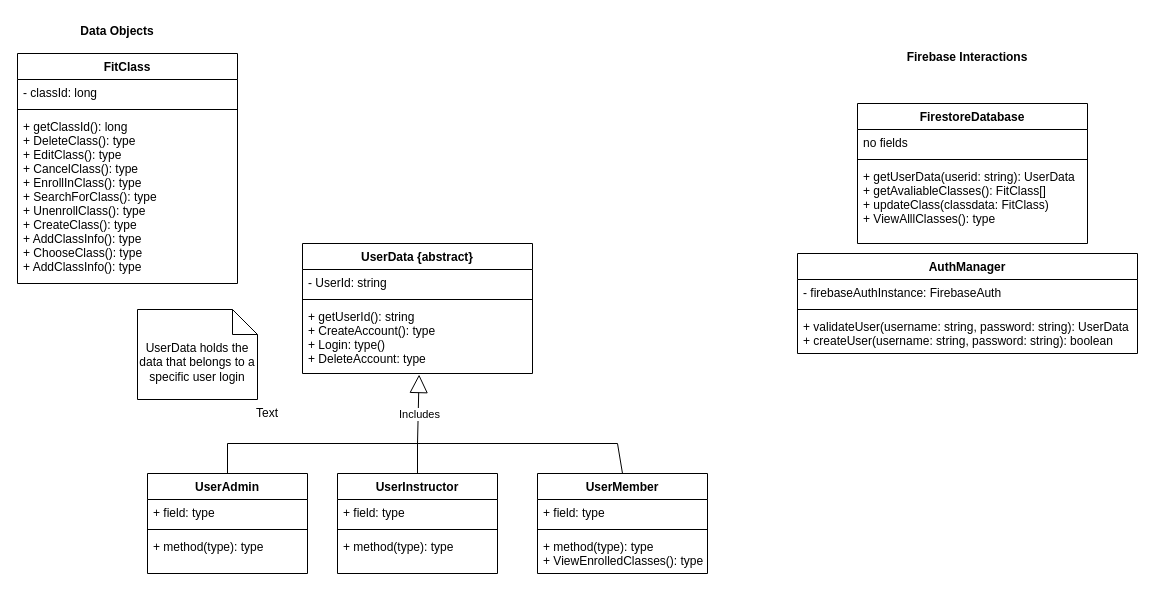
Before: docs/diagrams/UML_Class_Diagram.drawio in ritvik130/Fitbits, a draw.io diagram. Source tidied: cells renumbered, new cells numbered last; positions are measured from the earlier drawing's top-left corner, leaving out a move shared by most shapes. Both pictures are drawn from the tidied source at 100%, with x=0, y=0 at pixel (17, 17).
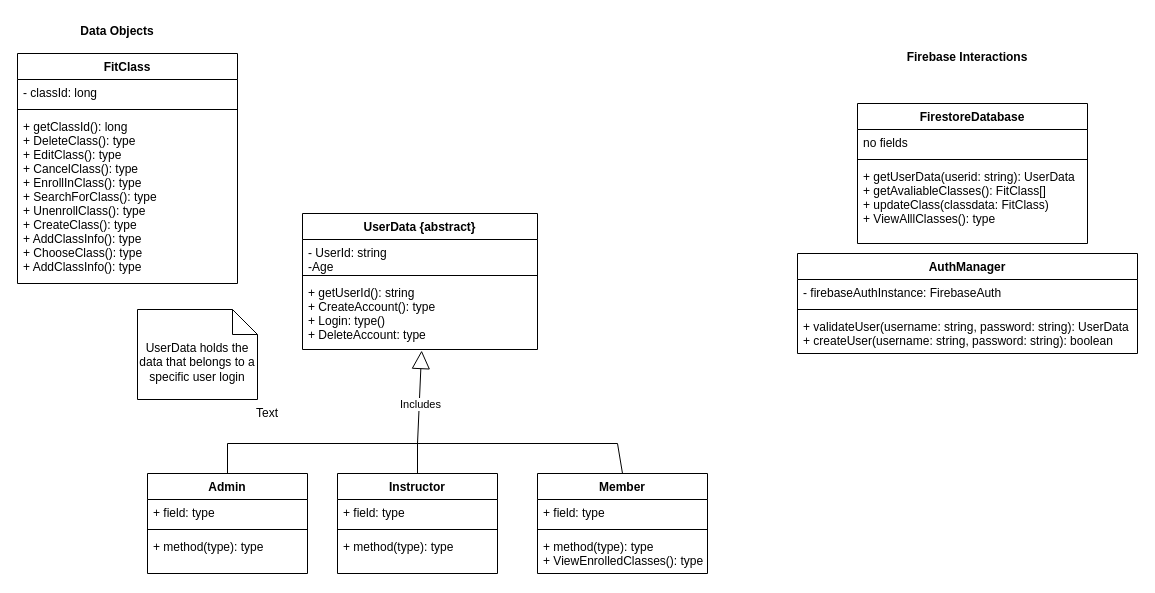
The same page after the edit.

What changed in the source:
```diff
@@
     <mxCell id="10" value="UserData {abstract}" style="swimlane;fontStyle=1;align=center;verticalAlign=top;horizontal=1;startSize=26;" parent="1" vertex="1">
-      <mxGeometry x="285" y="226" width="230" height="130" as="geometry" />
+      <mxGeometry x="285" y="196" width="235" height="136" as="geometry" />
     </mxCell>
-    <mxCell id="11" value="- UserId: string" style="text;strokeColor=none;fillColor=none;align=left;verticalAlign=top;spacingLeft=4;spacingRight=4;overflow=hidden;" parent="10" vertex="1">
-      <mxGeometry y="26" width="230" height="26" as="geometry" />
+    <mxCell id="11" value="- UserId: string&#10;-Age&#10;" style="text;strokeColor=none;fillColor=none;align=left;verticalAlign=top;spacingLeft=4;spacingRight=4;overflow=hidden;" parent="10" vertex="1">
+      <mxGeometry y="26" width="235" height="32" as="geometry" />
     </mxCell>
     <mxCell id="12" style="line;strokeWidth=1;fillColor=none;align=left;verticalAlign=middle;spacingTop=-1;spacingLeft=3;spacingRight=3;labelPosition=right;" parent="10" vertex="1">
-      <mxGeometry y="52" width="230" height="8" as="geometry" />
+      <mxGeometry y="58" width="235" height="8" as="geometry" />
     </mxCell>
     <mxCell id="13" value="+ getUserId(): string&#10;+ CreateAccount(): type&#10;+ Login: type()&#10;+ DeleteAccount: type&#10;&#10;" style="text;strokeColor=none;fillColor=none;align=left;verticalAlign=top;spacingLeft=4;spacingRight=4;overflow=hidden;points=[[0,0.5],[1,0.5]];portConstraint=eastwest;" parent="10" vertex="1">
-      <mxGeometry y="60" width="230" height="70" as="geometry" />
+      <mxGeometry y="66" width="235" height="70" as="geometry" />
     </mxCell>
@@
-    <mxCell id="21" value="UserAdmin" style="swimlane;fontStyle=1;align=center;verticalAlign=top;horizontal=1;startSize=26;" parent="1" vertex="1">
+    <mxCell id="21" value="Admin" style="swimlane;fontStyle=1;align=center;verticalAlign=top;horizontal=1;startSize=26;" parent="1" vertex="1">
       <mxGeometry x="130" y="456" width="160" height="100" as="geometry" />
     </mxCell>
@@
-    <mxCell id="25" value="UserInstructor" style="swimlane;fontStyle=1;align=center;verticalAlign=top;horizontal=1;startSize=26;" parent="1" vertex="1">
+    <mxCell id="25" value="Instructor" style="swimlane;fontStyle=1;align=center;verticalAlign=top;horizontal=1;startSize=26;" parent="1" vertex="1">
       <mxGeometry x="320" y="456" width="160" height="100" as="geometry" />
     </mxCell>
@@
-    <mxCell id="29" value="UserMember" style="swimlane;fontStyle=1;align=center;verticalAlign=top;horizontal=1;startSize=26;" parent="1" vertex="1">
+    <mxCell id="29" value="Member" style="swimlane;fontStyle=1;align=center;verticalAlign=top;horizontal=1;startSize=26;" parent="1" vertex="1">
       <mxGeometry x="520" y="456" width="170" height="100" as="geometry" />
     </mxCell>
```
